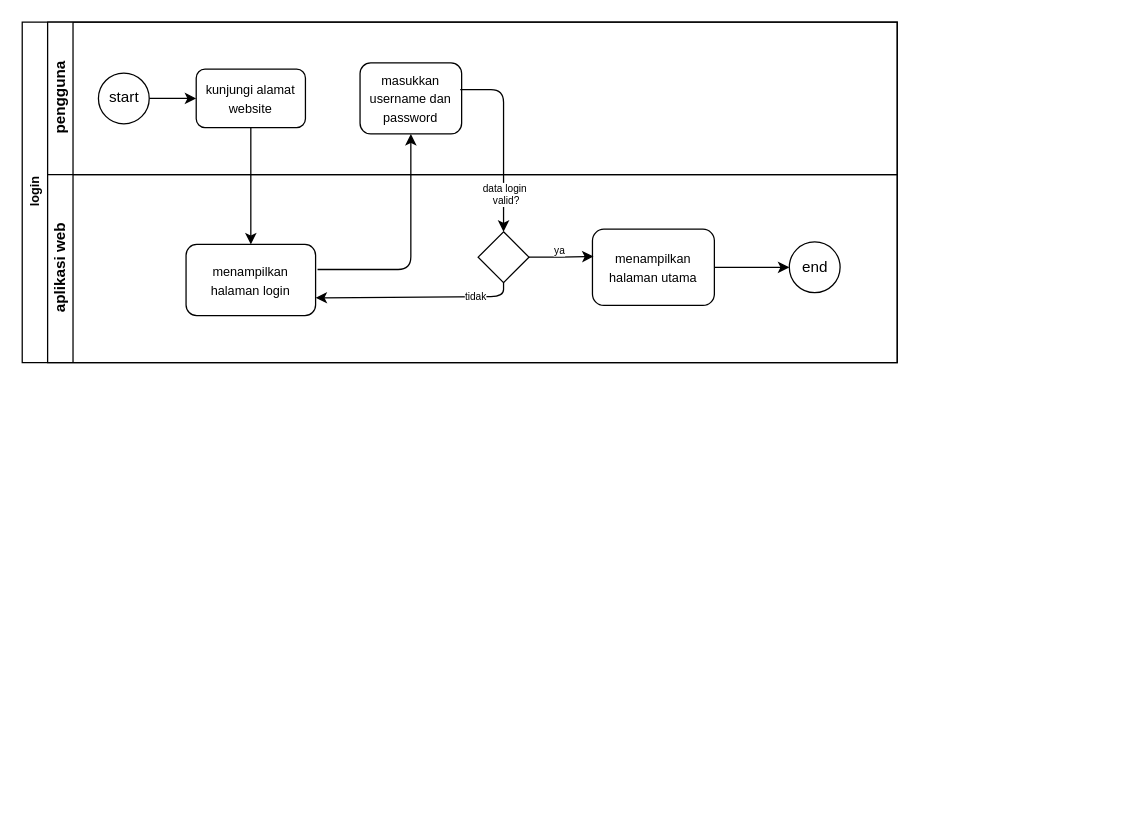
This is page "BPMN" (2 of 2) of smart-pju.drawio from eenattayani/desain, a draw.io file, before an edit. Source tidied: cells renumbered, new cells numbered last; positions are measured from the earlier drawing's top-left corner, leaving out a move shared by most shapes. Both pictures are drawn from the tidied source at 127%, with x=0, y=0 at pixel (22, 22).
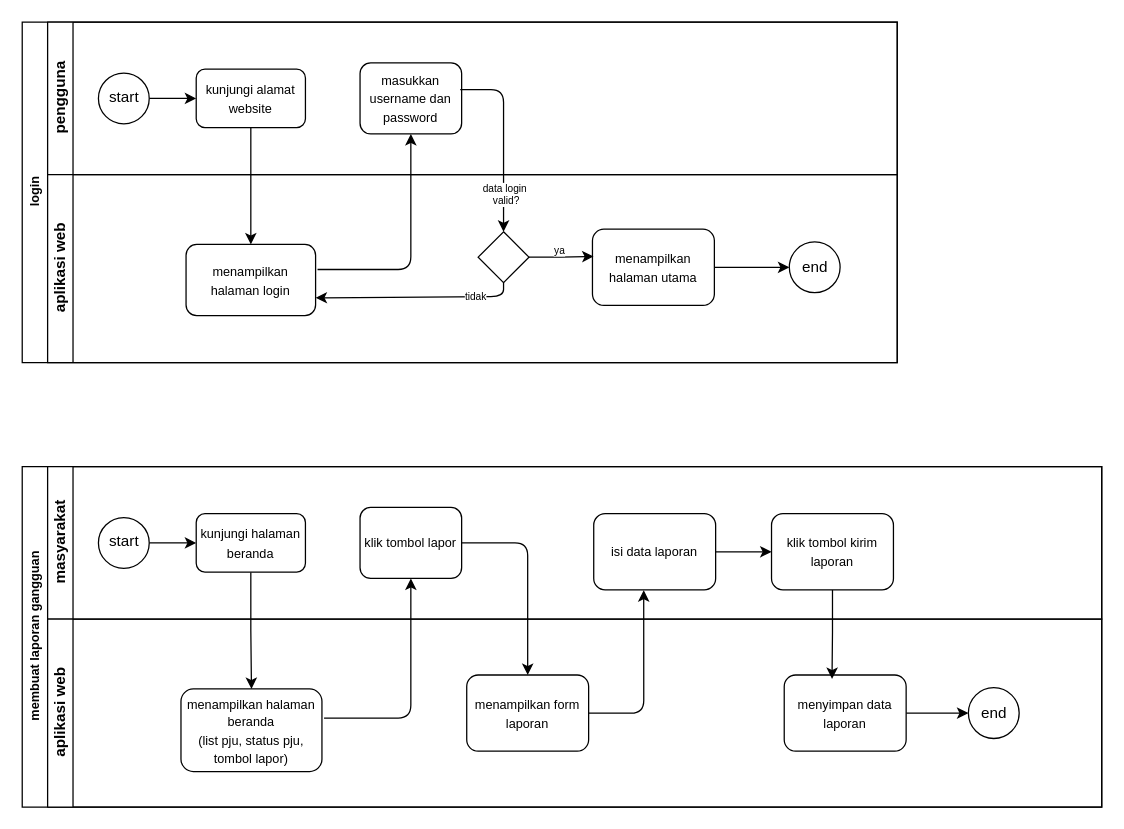
The same diagram, later.

The edit, as a diff of the source:
```diff
@@
+    <mxCell id="24" value="membuat laporan gangguan" style="swimlane;html=1;horizontal=0;startSize=20;fontSize=10;" parent="1" vertex="1">
+      <mxGeometry y="350" width="850" height="268" as="geometry" />
+    </mxCell>
+    <mxCell id="25" style="edgeStyle=orthogonalEdgeStyle;rounded=0;jettySize=auto;html=1;endArrow=classic;endFill=1;" parent="24" edge="1" source="29" target="36">
+      <mxGeometry relative="1" as="geometry" />
+    </mxCell>
+    <mxCell id="26" value="masyarakat" style="swimlane;html=1;startSize=20;horizontal=0;" parent="24" vertex="1">
+      <mxGeometry x="20" width="830" height="120" as="geometry" />
+    </mxCell>
+    <mxCell id="27" style="edgeStyle=orthogonalEdgeStyle;rounded=0;jettySize=auto;html=1;" parent="26" edge="1" source="28" target="29">
+      <mxGeometry relative="1" as="geometry" />
+    </mxCell>
+    <mxCell id="28" style="ellipse;whiteSpace=wrap;html=1;" parent="26" vertex="1">
+      <mxGeometry x="40" y="40" width="40" height="40" as="geometry" />
+    </mxCell>
+    <mxCell id="29" value="&lt;font style=&quot;font-size: 10px;&quot;&gt;kunjungi halaman beranda&lt;/font&gt;" style="rounded=1;whiteSpace=wrap;html=1;fontFamily=Helvetica;fontSize=12;fontColor=#000000;align=center;" parent="26" vertex="1">
+      <mxGeometry x="117" y="37" width="86" height="46" as="geometry" />
+    </mxCell>
+    <mxCell id="30" value="&lt;span style=&quot;font-size: 10px;&quot;&gt;klik tombol lapor&lt;/span&gt;" style="rounded=1;whiteSpace=wrap;html=1;fontFamily=Helvetica;fontSize=12;fontColor=#000000;align=center;" parent="26" vertex="1">
+      <mxGeometry x="246" y="32" width="80" height="56" as="geometry" />
+    </mxCell>
+    <mxCell id="31" style="edgeStyle=orthogonalEdgeStyle;rounded=0;jettySize=auto;html=1;entryX=0;entryY=0.5;entryDx=0;entryDy=0;" parent="26" edge="1" source="32" target="33">
+      <mxGeometry relative="1" as="geometry" />
+    </mxCell>
+    <mxCell id="32" value="&lt;font style=&quot;font-size: 10px;&quot;&gt;isi data laporan&lt;/font&gt;" style="rounded=1;whiteSpace=wrap;html=1;fontFamily=Helvetica;fontSize=12;fontColor=#000000;align=center;" parent="26" vertex="1">
+      <mxGeometry x="430" y="37" width="96" height="60" as="geometry" />
+    </mxCell>
+    <mxCell id="33" value="&lt;font style=&quot;font-size: 10px;&quot;&gt;klik tombol kirim laporan&lt;/font&gt;" style="rounded=1;whiteSpace=wrap;html=1;fontFamily=Helvetica;fontSize=12;fontColor=#000000;align=center;" parent="26" vertex="1">
+      <mxGeometry x="570" y="37" width="96" height="60" as="geometry" />
+    </mxCell>
+    <mxCell id="34" style="edgeStyle=orthogonalEdgeStyle;rounded=1;jettySize=auto;html=1;curved=0;exitX=1.015;exitY=0.352;exitDx=0;exitDy=0;entryX=0.5;entryY=1;entryDx=0;entryDy=0;exitPerimeter=0;" parent="24" edge="1" source="36" target="30">
+      <mxGeometry relative="1" as="geometry" />
+    </mxCell>
+    <mxCell id="35" value="aplikasi web" style="swimlane;html=1;startSize=20;horizontal=0;" parent="24" vertex="1">
+      <mxGeometry x="20" y="120" width="830" height="148" as="geometry" />
+    </mxCell>
+    <mxCell id="36" value="&lt;span style=&quot;font-size: 10px;&quot;&gt;menampilkan halaman beranda&lt;/span&gt;&lt;div&gt;&lt;span style=&quot;font-size: 10px;&quot;&gt;(list pju, status pju, tombol lapor)&lt;/span&gt;&lt;/div&gt;" style="rounded=1;whiteSpace=wrap;html=1;fontFamily=Helvetica;fontSize=12;fontColor=#000000;align=center;" parent="35" vertex="1">
+      <mxGeometry x="105" y="55" width="111" height="65" as="geometry" />
+    </mxCell>
+    <mxCell id="37" style="ellipse;whiteSpace=wrap;html=1;shadow=0;" parent="35" vertex="1">
+      <mxGeometry x="725" y="54" width="40" height="40" as="geometry" />
+    </mxCell>
+    <mxCell id="38" style="edgeStyle=orthogonalEdgeStyle;rounded=0;jettySize=auto;html=1;" parent="35" edge="1" source="39" target="37">
+      <mxGeometry relative="1" as="geometry" />
+    </mxCell>
+    <mxCell id="39" value="&lt;font style=&quot;font-size: 10px;&quot;&gt;menyimpan data laporan&lt;/font&gt;" style="rounded=1;whiteSpace=wrap;html=1;fontFamily=Helvetica;fontSize=12;fontColor=#000000;align=center;" parent="35" vertex="1">
+      <mxGeometry x="580" y="44" width="96" height="60" as="geometry" />
+    </mxCell>
+    <mxCell id="40" value="end" style="text;html=1;align=center;verticalAlign=middle;strokeColor=none;fillColor=none;" parent="35" vertex="1">
+      <mxGeometry x="726" y="61" width="38" height="26" as="geometry" />
+    </mxCell>
+    <mxCell id="41" value="&lt;font style=&quot;font-size: 10px;&quot;&gt;menampilkan form laporan&lt;/font&gt;" style="rounded=1;whiteSpace=wrap;html=1;fontFamily=Helvetica;fontSize=12;fontColor=#000000;align=center;" parent="35" vertex="1">
+      <mxGeometry x="330" y="44" width="96" height="60" as="geometry" />
+    </mxCell>
+    <mxCell id="42" style="edgeStyle=orthogonalEdgeStyle;rounded=1;jettySize=auto;html=1;exitX=1;exitY=0.5;exitDx=0;exitDy=0;entryX=0.5;entryY=0;entryDx=0;entryDy=0;curved=0;" parent="24" edge="1" source="30" target="41">
+      <mxGeometry relative="1" as="geometry" />
+    </mxCell>
+    <mxCell id="43" style="edgeStyle=orthogonalEdgeStyle;rounded=1;jettySize=auto;html=1;exitX=1;exitY=0.5;exitDx=0;exitDy=0;curved=0;entryX=0.41;entryY=1.004;entryDx=0;entryDy=0;entryPerimeter=0;" parent="24" edge="1" source="41" target="32">
+      <mxGeometry relative="1" as="geometry">
+        <Array as="points">
+          <mxPoint x="489" y="194" />
+          <mxPoint x="489" y="97" />
+        </Array>
+      </mxGeometry>
+    </mxCell>
+    <mxCell id="44" style="edgeStyle=orthogonalEdgeStyle;rounded=0;jettySize=auto;html=1;entryX=0.392;entryY=0.052;entryDx=0;entryDy=0;entryPerimeter=0;" parent="24" edge="1" source="33" target="39">
+      <mxGeometry relative="1" as="geometry" />
+    </mxCell>
+    <mxCell id="45" value="start" style="text;html=1;align=center;verticalAlign=middle;strokeColor=none;fillColor=none;" parent="1" vertex="1">
+      <mxGeometry x="59" y="396" width="41" height="26" as="geometry" />
+    </mxCell>
```
